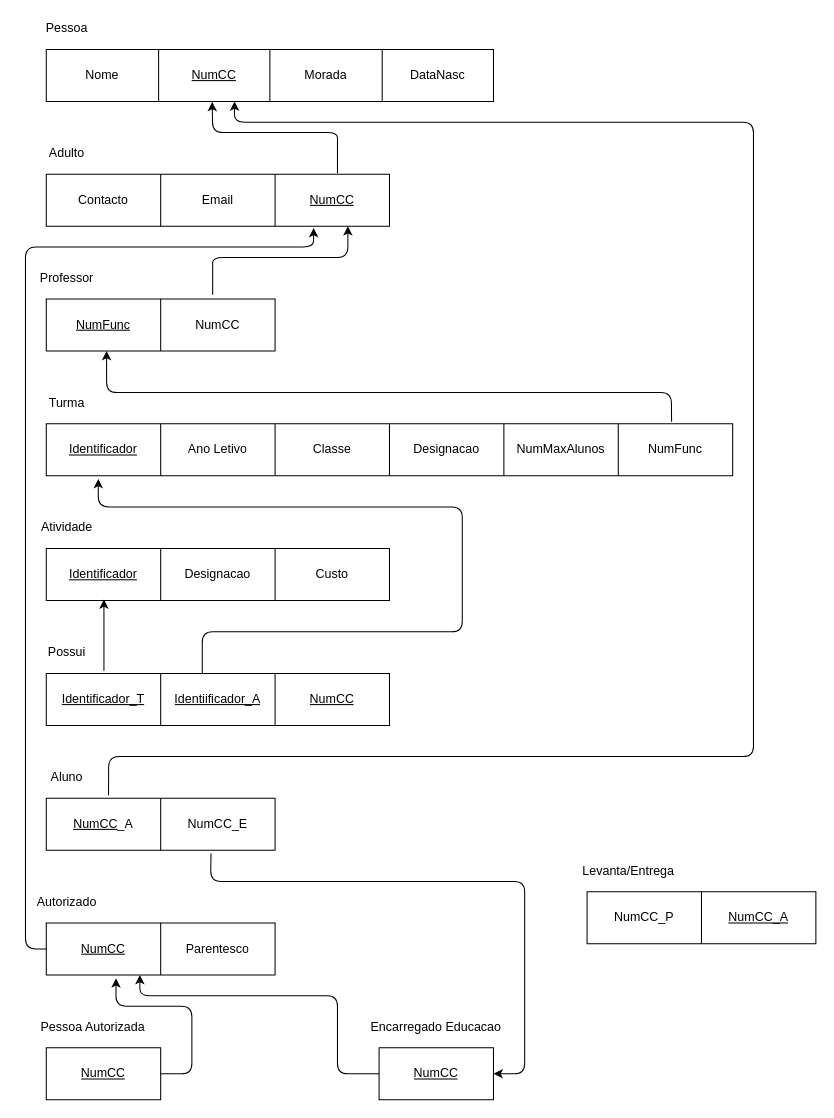
ahridesu/guioes-BD keeps this draw.io diagram as G03/ex3.drawio. Above is the earlier version. Source tidied: cells renumbered, new cells numbered last; positions are measured from the earlier drawing's top-left corner, leaving out a move shared by most shapes. Both pictures are drawn from the tidied source at 104%, with x=0, y=0 at pixel (25, 18).
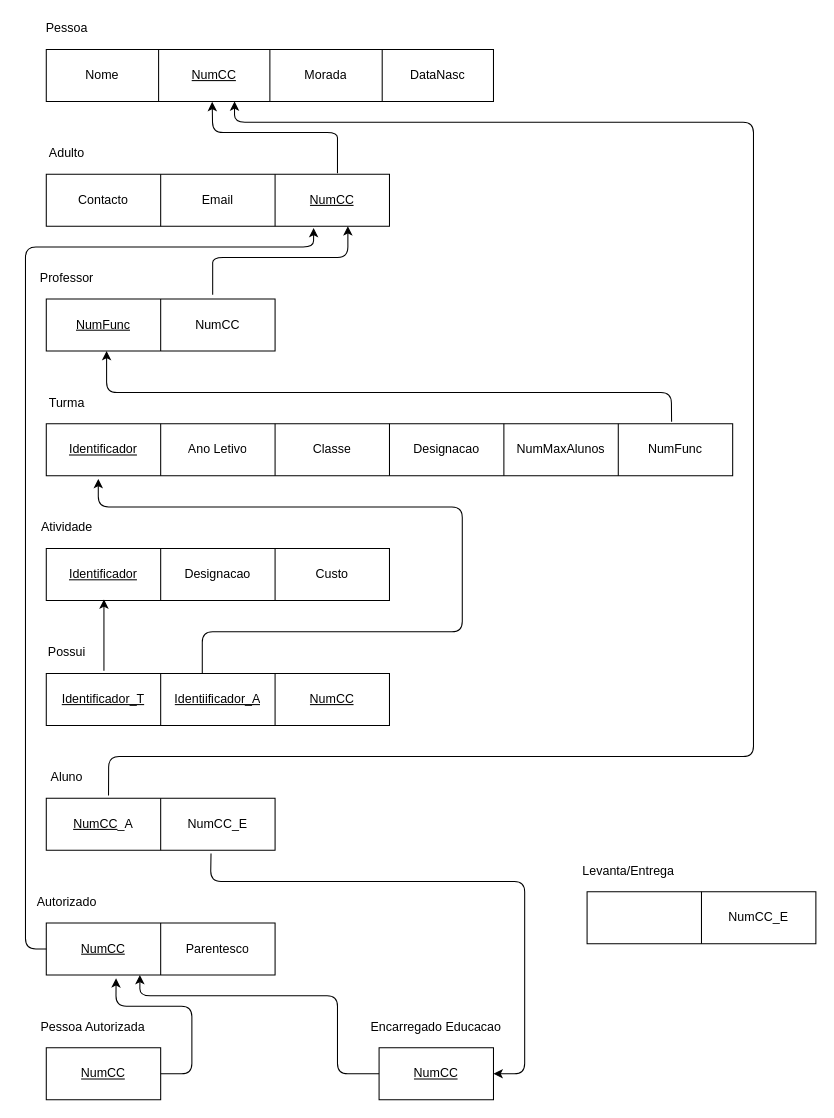
After the change.

The change refers to these unchanged cells:
```xml
<mxCell id="70" style="shape=partialRectangle;html=1;whiteSpace=wrap;fillColor=none;top=0;left=0;bottom=0;right=0;" parent="69" vertex="1">
  <mxGeometry width="220" height="50" as="geometry" />
</mxCell>
```

The edit, as a diff of the source:
```diff
@@
-    <mxCell id="71" value="NumCC_P" style="shape=partialRectangle;html=1;whiteSpace=wrap;overflow=hidden;fillColor=none;top=0;left=0;bottom=0;right=0;" parent="70" vertex="1">
+    <mxCell id="71" style="shape=partialRectangle;html=1;whiteSpace=wrap;overflow=hidden;fillColor=none;top=0;left=0;bottom=0;right=0;" parent="70" vertex="1">
       <mxGeometry width="110" height="50" as="geometry" />
     </mxCell>
-    <mxCell id="72" value="&lt;u&gt;NumCC_A&lt;/u&gt;" style="shape=partialRectangle;html=1;whiteSpace=wrap;overflow=hidden;fillColor=none;top=0;left=0;bottom=0;right=0;" parent="70" vertex="1">
+    <mxCell id="72" value="NumCC_E" style="shape=partialRectangle;html=1;whiteSpace=wrap;overflow=hidden;fillColor=none;top=0;left=0;bottom=0;right=0;" parent="70" vertex="1">
       <mxGeometry x="110" width="110" height="50" as="geometry" />
     </mxCell>
```
